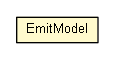
Before: apidocs/net/trajano/jetng/apt/internal/EmitModel.png, a diagram exported from Graphviz (trajano/jetng). Its source is kept beside it as apidocs/net/trajano/jetng/apt/internal/EmitModel.dot.
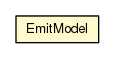
Later version of the same file.

The edit, as a diff of the source:
```diff
@@ -1,12 +1,12 @@
 
 digraph G {
-	edge [fontname="arial",fontsize=10,labelfontname="arial",labelfontsize=10];
-	node [fontname="arial",fontsize=10,shape=plaintext];
+	edge [fontname="Helvetica",fontsize=10,labelfontname="Helvetica",labelfontsize=10];
+	node [fontname="Helvetica",fontsize=10,shape=plaintext];
 	nodesep=0.25;
 	ranksep=0.5;
-	c256 [label=<<table title="net.trajano.jetng.apt.internal.EmitModel" border="0" cellborder="1" cellspacing="0" cellpadding="2" port="p" bgcolor="lemonChiffon" href="./EmitModel.html">
+	c254 [label=<<table title="net.trajano.jetng.apt.internal.EmitModel" border="0" cellborder="1" cellspacing="0" cellpadding="2" port="p" bgcolor="lemonChiffon" href="./EmitModel.html">
 		<tr><td><table border="0" cellspacing="0" cellpadding="1">
 <tr><td align="center" balign="center"> EmitModel </td></tr>
 		</table></td></tr>
-		</table>>, URL="./EmitModel.html", fontname="arial", fontcolor="black", fontsize=10.0];
+		</table>>, URL="./EmitModel.html", fontname="Helvetica", fontcolor="black", fontsize=10.0];
 }
```
